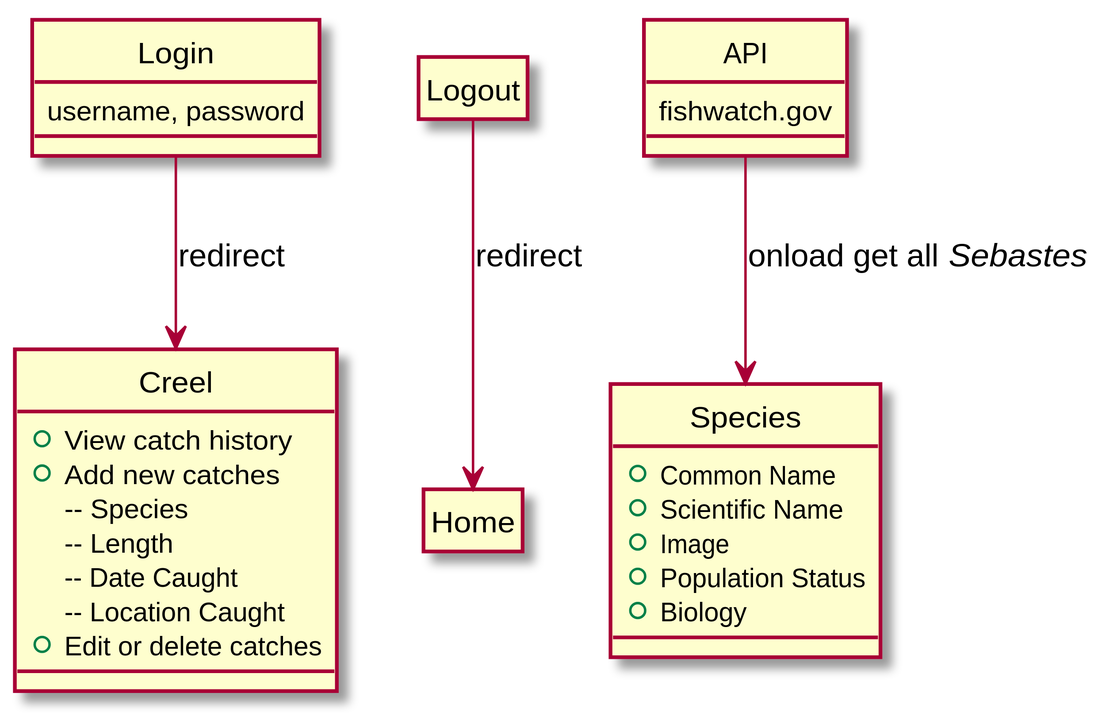
cftgithub/rockfish-conservation keeps this PlantUML diagram as out/client/dataFlow/dataFlow.svg. Above is the earlier version.
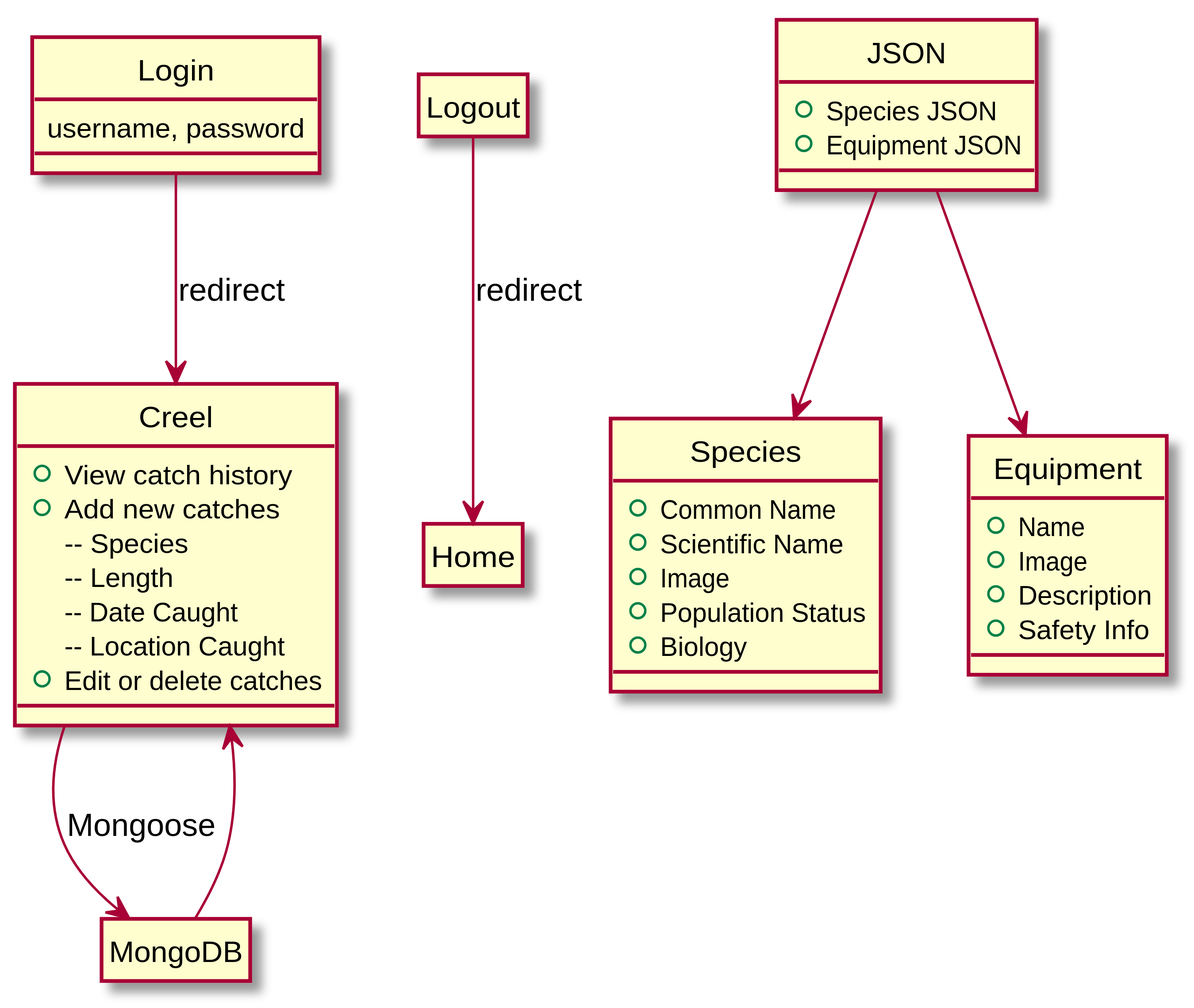
The same file after the commit.

Commit message:
updated diagrams to change API to JSON files

What changed in the source:
```diff
@@ -19,12 +19,15 @@
    + Edit or delete catches
 }
 
+class MongoDB {}
+
 class Logout {}
 
 class Home{}
 
-class API {
-    fishwatch.gov
+class JSON {
+    + Species JSON
+    + Equipment JSON
 }
 
 class Species {
@@ -35,11 +38,22 @@
     + Biology
 }
 
+class Equipment {
+    + Name
+    + Image
+    + Description
+    + Safety Info
+}
+
 hide circle
 hide Logout members
 hide Home members
+hide MongoDB members
 
 Login --> Creel : redirect
+Creel --> MongoDB : Mongoose
+MongoDB --> Creel
 Logout --> Home : redirect
-API --> Species : onload get all <i>Sebastes</i>
+JSON --> Species
+JSON --> Equipment
 @enduml
```
